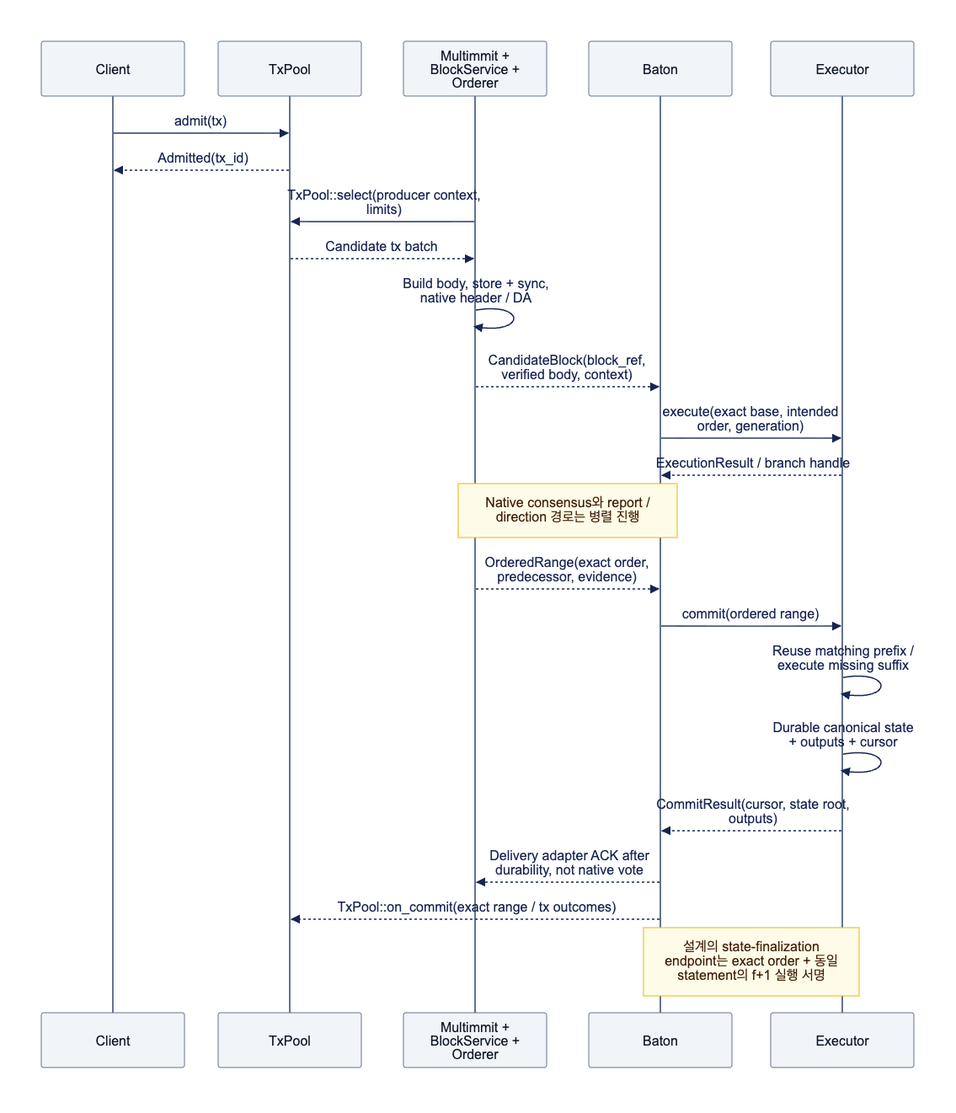
Before: assets/diagrams/diagram-02.png, a diagram exported from Mermaid (djm07073/baton-research). Its source is kept beside it as assets/diagrams/diagram-02.mmd.
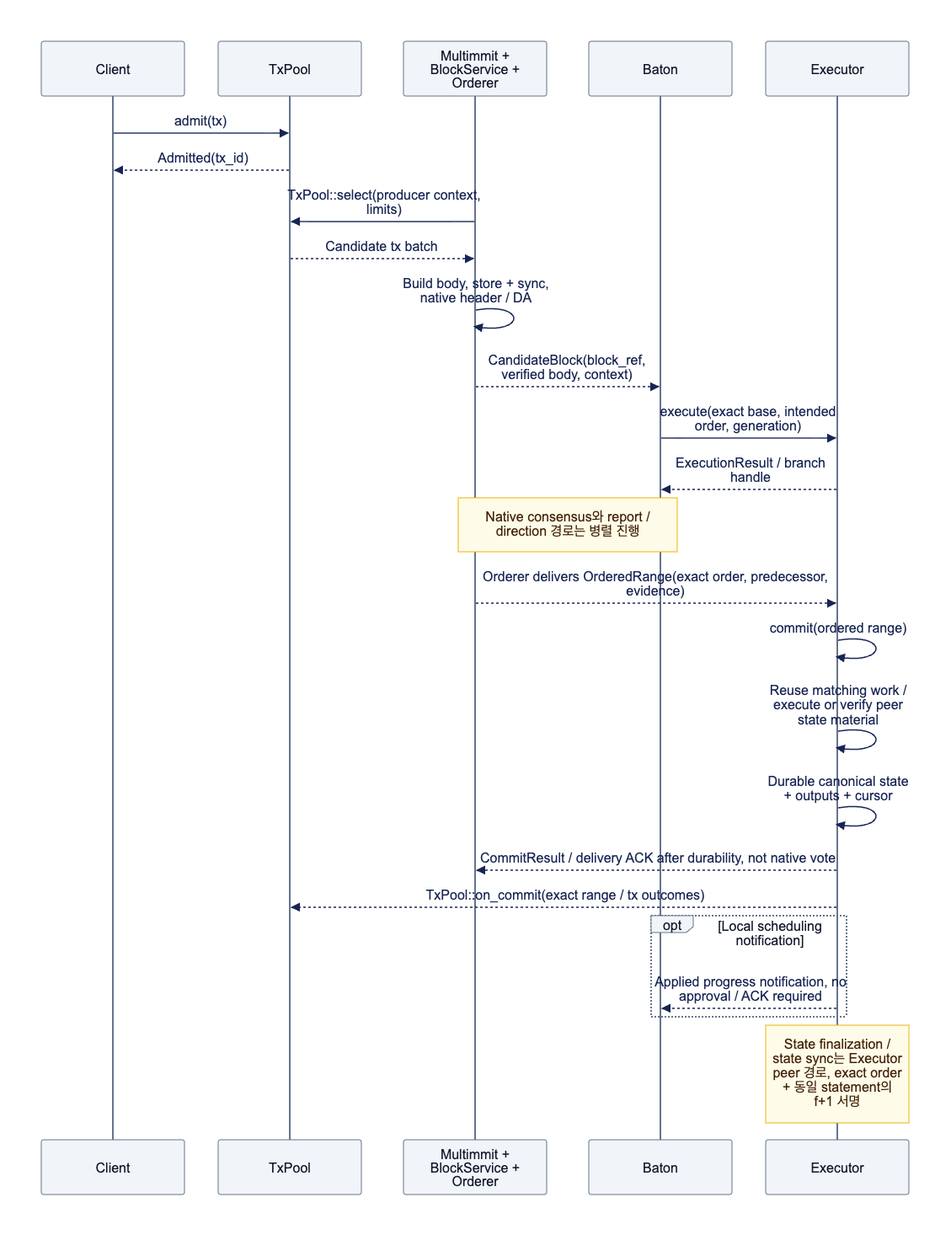
The same diagram one commit later.

Change to the diagram source:
```diff
@@ -13,11 +13,13 @@
     B->>E: execute(exact base, intended order, generation)
     E-->>B: ExecutionResult / branch handle
     Note over N,B: Native consensus와 report / direction 경로는 병렬 진행
-    N-->>B: OrderedRange(exact order, predecessor, evidence)
-    B->>E: commit(ordered range)
-    E->>E: Reuse matching prefix / execute missing suffix
+    N-->>E: Orderer delivers OrderedRange(exact order, predecessor, evidence)
+    E->>E: commit(ordered range)
+    E->>E: Reuse matching work / execute or verify peer state material
     E->>E: Durable canonical state + outputs + cursor
-    E-->>B: CommitResult(cursor, state root, outputs)
-    B-->>N: Delivery adapter ACK after durability, not native vote
-    B-->>T: TxPool::on_commit(exact range / tx outcomes)
-    Note over B,E: 설계의 state-finalization endpoint는 exact order + 동일 statement의 f+1 실행 서명
+    E-->>N: CommitResult / delivery ACK after durability, not native vote
+    E-->>T: TxPool::on_commit(exact range / tx outcomes)
+    opt Local scheduling notification
+        E-->>B: Applied progress notification, no approval / ACK required
+    end
+    Note over E: State finalization / state sync는 Executor peer 경로, exact order + 동일 statement의 f+1 서명
```
